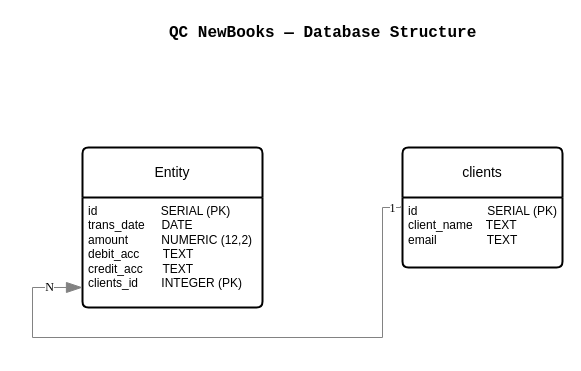
This is page "Part B — ERD" (2 of 2) of QC_NewBooks_Diagrams.drawio from Alishah-Khurshid/diagram-qc-new-books, a draw.io file, before an edit. Source tidied: cells renumbered, new cells numbered last; positions are measured from the earlier drawing's top-left corner, leaving out a move shared by most shapes. Both pictures are drawn from the tidied source at 100%, with x=0, y=0 at pixel (32, 17).
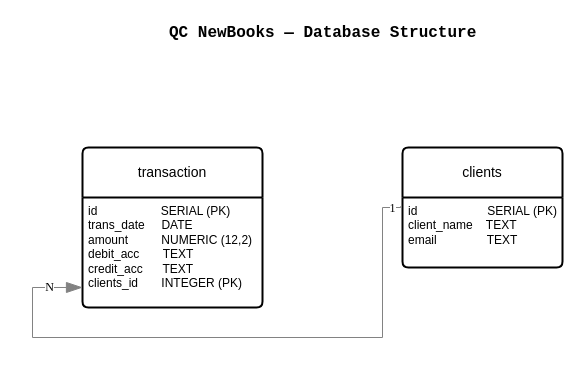
The same page after the edit.

Change to the diagram source:
```diff
@@
 <mxGraphModel>
   <root>
     <mxCell id="0" />
     <mxCell id="1" parent="0" />
     <mxCell id="2" value="&lt;b style=&quot;forced-color-adjust: none; color: rgb(241, 156, 153); font-family: &amp;quot;Share Tech Mono&amp;quot;, monospace; font-size: 16px; font-style: normal; font-variant-ligatures: normal; font-variant-caps: normal; letter-spacing: normal; orphans: 2; text-align: start; text-indent: 0px; text-transform: none; widows: 2; word-spacing: 0px; -webkit-text-stroke-width: 0px; white-space: normal; text-decoration-thickness: initial; text-decoration-style: initial; text-decoration-color: initial; box-shadow: none !important;&quot;&gt;&lt;font style=&quot;forced-color-adjust: none; box-shadow: none !important; color: light-dark(rgb(0, 0, 0), rgb(241, 156, 153));&quot;&gt;QC NewBooks — Database Structure&lt;/font&gt;&lt;/b&gt;" style="text;whiteSpace=wrap;html=1;" parent="1" vertex="1">
       <mxGeometry x="135" width="320" height="40" as="geometry" />
     </mxCell>
     <mxCell id="3" value="&lt;font style=&quot;color: light-dark(rgb(0, 0, 0), rgb(102, 102, 255));&quot;&gt;clients&lt;/font&gt;" style="swimlane;horizontal=1;startSize=50;rounded=1;fontSize=14;fontStyle=0;strokeWidth=2;shadow=0;dashed=0;align=center;arcSize=4;whiteSpace=wrap;html=1;strokeColor=light-dark(#000000,#FF99FF);fillColor=light-dark(#FFFFFF,#CC99FF);" parent="1" vertex="1">
       <mxGeometry x="370" y="130" width="160" height="120" as="geometry" />
     </mxCell>
     <mxCell id="4" value="id&amp;nbsp; &amp;nbsp; &amp;nbsp; &amp;nbsp; &amp;nbsp; &amp;nbsp; &amp;nbsp; &amp;nbsp; &amp;nbsp; &amp;nbsp; &amp;nbsp;SERIAL (PK)&lt;div&gt;client_name&amp;nbsp; &amp;nbsp; TEXT&lt;/div&gt;&lt;div&gt;email&amp;nbsp; &amp;nbsp; &amp;nbsp; &amp;nbsp; &amp;nbsp; &amp;nbsp; &amp;nbsp; &amp;nbsp;TEXT&amp;nbsp; &amp;nbsp; &amp;nbsp;&amp;nbsp;&lt;/div&gt;" style="align=left;strokeColor=none;fillColor=none;spacingLeft=4;spacingRight=4;fontSize=12;verticalAlign=top;html=1;whiteSpace=wrap;" parent="3" vertex="1">
       <mxGeometry y="50" width="160" height="70" as="geometry" />
     </mxCell>
-    <mxCell id="5" value="Entity" style="swimlane;horizontal=1;startSize=50;rounded=1;fontSize=14;fontStyle=0;strokeWidth=2;shadow=0;dashed=0;align=center;arcSize=4;whiteSpace=wrap;html=1;fillColor=light-dark(#FFFFFF,#FF99FF);strokeColor=light-dark(#000000,#CC99FF);" parent="1" vertex="1">
+    <mxCell id="5" value="&lt;font style=&quot;color: light-dark(rgb(0, 0, 0), rgb(178, 102, 255));&quot;&gt;transaction&lt;/font&gt;" style="swimlane;horizontal=1;startSize=50;rounded=1;fontSize=14;fontStyle=0;strokeWidth=2;shadow=0;dashed=0;align=center;arcSize=4;whiteSpace=wrap;html=1;fillColor=light-dark(#FFFFFF,#FF99FF);strokeColor=light-dark(#000000,#CC99FF);" parent="1" vertex="1">
       <mxGeometry x="50" y="130" width="180" height="160" as="geometry" />
     </mxCell>
     <mxCell id="6" value="id&amp;nbsp; &amp;nbsp; &amp;nbsp; &amp;nbsp; &amp;nbsp; &amp;nbsp; &amp;nbsp; &amp;nbsp; &amp;nbsp; &amp;nbsp;SERIAL (PK)&lt;div&gt;trans_date&amp;nbsp; &amp;nbsp; &amp;nbsp;DATE&amp;nbsp; &amp;nbsp; &amp;nbsp; &amp;nbsp; &amp;nbsp; &amp;nbsp; &amp;nbsp;&lt;/div&gt;&lt;div&gt;amount&amp;nbsp; &amp;nbsp; &amp;nbsp; &amp;nbsp; &amp;nbsp; NUMERIC (12,2)&lt;/div&gt;&lt;div&gt;debit_acc&amp;nbsp; &amp;nbsp; &amp;nbsp; &amp;nbsp;TEXT&lt;/div&gt;&lt;div&gt;credit_acc&amp;nbsp; &amp;nbsp; &amp;nbsp; TEXT&lt;/div&gt;&lt;div&gt;clients_id&amp;nbsp; &amp;nbsp; &amp;nbsp; &amp;nbsp;INTEGER (PK)&lt;/div&gt;" style="align=left;strokeColor=none;fillColor=none;spacingLeft=4;spacingRight=4;fontSize=12;verticalAlign=top;html=1;whiteSpace=wrap;" parent="5" vertex="1">
       <mxGeometry y="50" width="180" height="110" as="geometry" />
     </mxCell>
     <mxCell id="7" style="endArrow=blockThin;html=1;fontSize=10;fontColor=#404040;strokeWidth=1;endFill=1;strokeColor=#828282;elbow=vertical;endSize=14;startSize=14;jumpStyle=arc;jumpSize=16;rounded=0;edgeStyle=orthogonalEdgeStyle;entryX=0;entryY=0.818;entryDx=0;entryDy=0;entryPerimeter=0;exitX=-0.012;exitY=0.126;exitDx=0;exitDy=0;exitPerimeter=0;" parent="1" edge="1" source="4" target="6">
       <mxGeometry relative="1" as="geometry">
         <Array as="points">
           <mxPoint x="368" y="190" />
           <mxPoint x="350" y="190" />
           <mxPoint x="350" y="320" />
           <mxPoint y="320" />
           <mxPoint y="270" />
         </Array>
       </mxGeometry>
     </mxCell>
     <mxCell id="8" value="&lt;font style=&quot;color: light-dark(rgb(0, 0, 0), rgb(255, 255, 255));&quot;&gt;1&lt;/font&gt;" style="edgeLabel;html=1;align=center;verticalAlign=middle;fontSize=12;fontFamily=Times New Roman;fontColor=light-dark(#000000,#CC99FF);" parent="7" vertex="1">
       <mxGeometry x="-0.94" y="1" relative="1" as="geometry">
         <mxPoint x="8" y="-1" as="offset" />
       </mxGeometry>
     </mxCell>
     <mxCell id="9" value="&lt;font face=&quot;Times New Roman&quot; style=&quot;font-size: 12px;&quot;&gt;N&lt;/font&gt;" style="edgeLabel;html=1;align=center;verticalAlign=middle;" parent="7" vertex="1">
       <mxGeometry x="0.89" y="3" relative="1" as="geometry">
         <mxPoint y="3" as="offset" />
       </mxGeometry>
     </mxCell>
   </root>
 </mxGraphModel>
```
